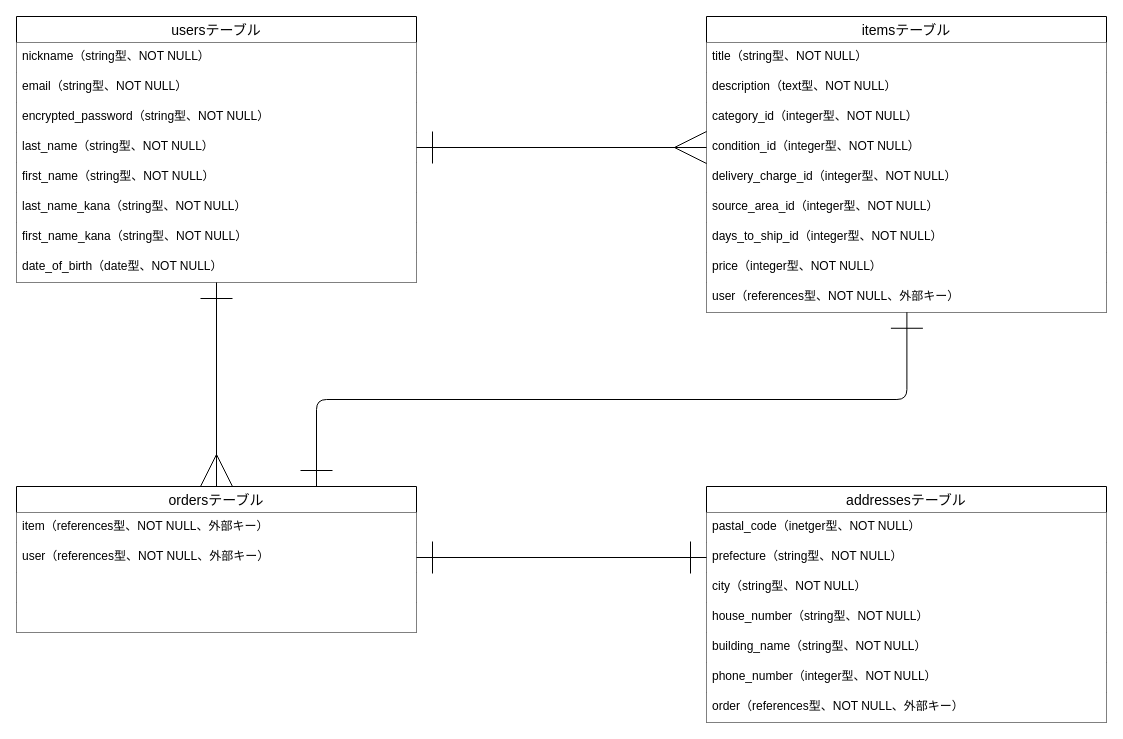
Above: ER_frima.dio in barsea/furima-36858 (draw.io), before the change. Source tidied: cells renumbered, new cells numbered last; positions are measured from the earlier drawing's top-left corner, leaving out a move shared by most shapes. Both pictures are drawn from the tidied source at 100%, with x=0, y=0 at pixel (16, 16).
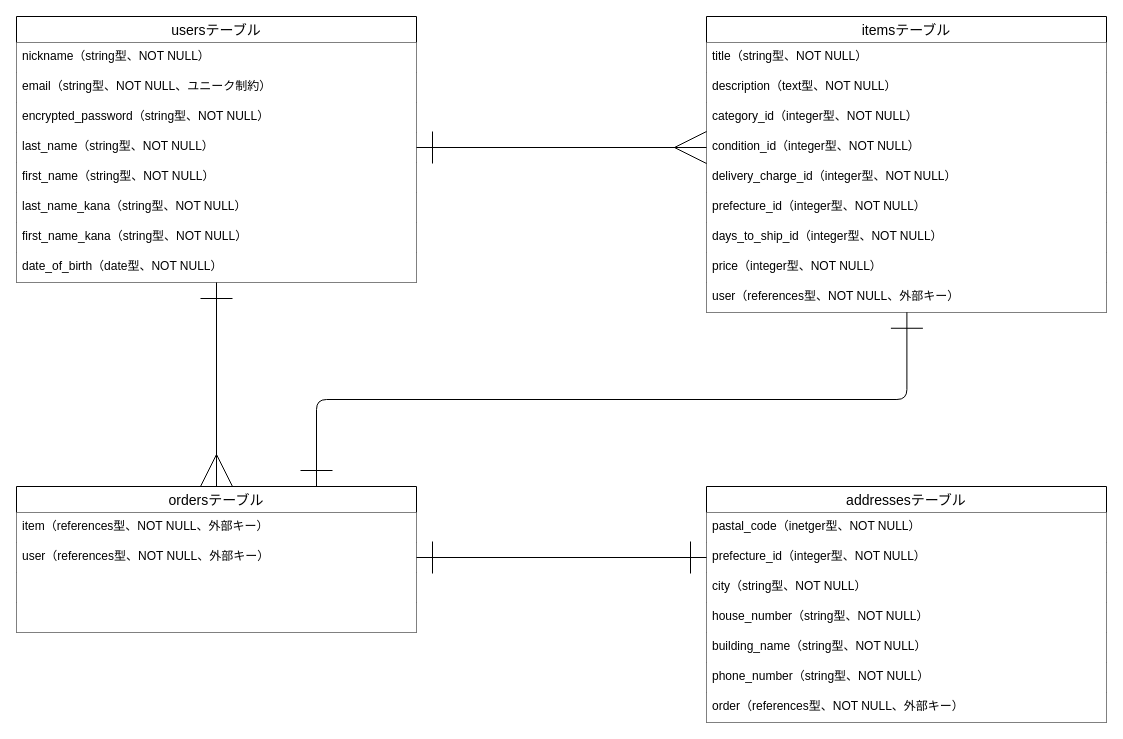
The same diagram, later.

Commit message (it also covers changes not shown here):
ER図及びREADMEの修正

Unchanged cells that the change refers to:
```xml
<mxCell id="2" value="usersテーブル" style="swimlane;fontStyle=0;horizontal=1;startSize=26;align=center;fontSize=14;strokeColor=default;" parent="1" vertex="1">
  <mxGeometry width="400" height="266" as="geometry" />
</mxCell>
<mxCell id="11" value="itemsテーブル" style="swimlane;fontStyle=0;horizontal=1;startSize=26;align=center;fontSize=14;strokeColor=default;" parent="1" vertex="1">
  <mxGeometry x="690" width="400" height="296" as="geometry" />
</mxCell>
<mxCell id="29" value="addressesテーブル" style="swimlane;fontStyle=0;horizontal=1;startSize=26;align=center;fontSize=14;strokeColor=default;" parent="1" vertex="1">
  <mxGeometry x="690" y="470" width="400" height="236" as="geometry" />
</mxCell>
```

Diff of the diagram source:
```diff
@@
-    <mxCell id="4" value="email（string型、NOT NULL）" style="text;strokeColor=none;fillColor=default;spacingLeft=4;spacingRight=4;overflow=hidden;fontSize=12;" parent="2" vertex="1">
+    <mxCell id="4" value="email（string型、NOT NULL、ユニーク制約）" style="text;strokeColor=none;fillColor=default;spacingLeft=4;spacingRight=4;overflow=hidden;fontSize=12;" parent="2" vertex="1">
       <mxGeometry y="56" width="400" height="30" as="geometry" />
     </mxCell>
@@
-    <mxCell id="17" value="source_area_id（integer型、NOT NULL）" style="text;strokeColor=none;fillColor=default;spacingLeft=4;spacingRight=4;overflow=hidden;fontSize=12;" parent="11" vertex="1">
+    <mxCell id="17" value="prefecture_id（integer型、NOT NULL）" style="text;strokeColor=none;fillColor=default;spacingLeft=4;spacingRight=4;overflow=hidden;fontSize=12;" parent="11" vertex="1">
       <mxGeometry y="176" width="400" height="30" as="geometry" />
     </mxCell>
@@
-    <mxCell id="31" value="prefecture（string型、NOT NULL）" style="text;strokeColor=none;fillColor=default;spacingLeft=4;spacingRight=4;overflow=hidden;points=[[0,0.5],[1,0.5]];portConstraint=eastwest;fontSize=12;" parent="29" vertex="1">
+    <mxCell id="31" value="prefecture_id（integer型、NOT NULL）" style="text;strokeColor=none;fillColor=default;spacingLeft=4;spacingRight=4;overflow=hidden;points=[[0,0.5],[1,0.5]];portConstraint=eastwest;fontSize=12;" parent="29" vertex="1">
       <mxGeometry y="56" width="400" height="30" as="geometry" />
     </mxCell>
@@
-    <mxCell id="35" value="phone_number（integer型、NOT NULL）" style="text;strokeColor=none;fillColor=default;spacingLeft=4;spacingRight=4;overflow=hidden;fontSize=12;" parent="29" vertex="1">
+    <mxCell id="35" value="phone_number（string型、NOT NULL）" style="text;strokeColor=none;fillColor=default;spacingLeft=4;spacingRight=4;overflow=hidden;fontSize=12;" parent="29" vertex="1">
       <mxGeometry y="176" width="400" height="30" as="geometry" />
     </mxCell>
```
